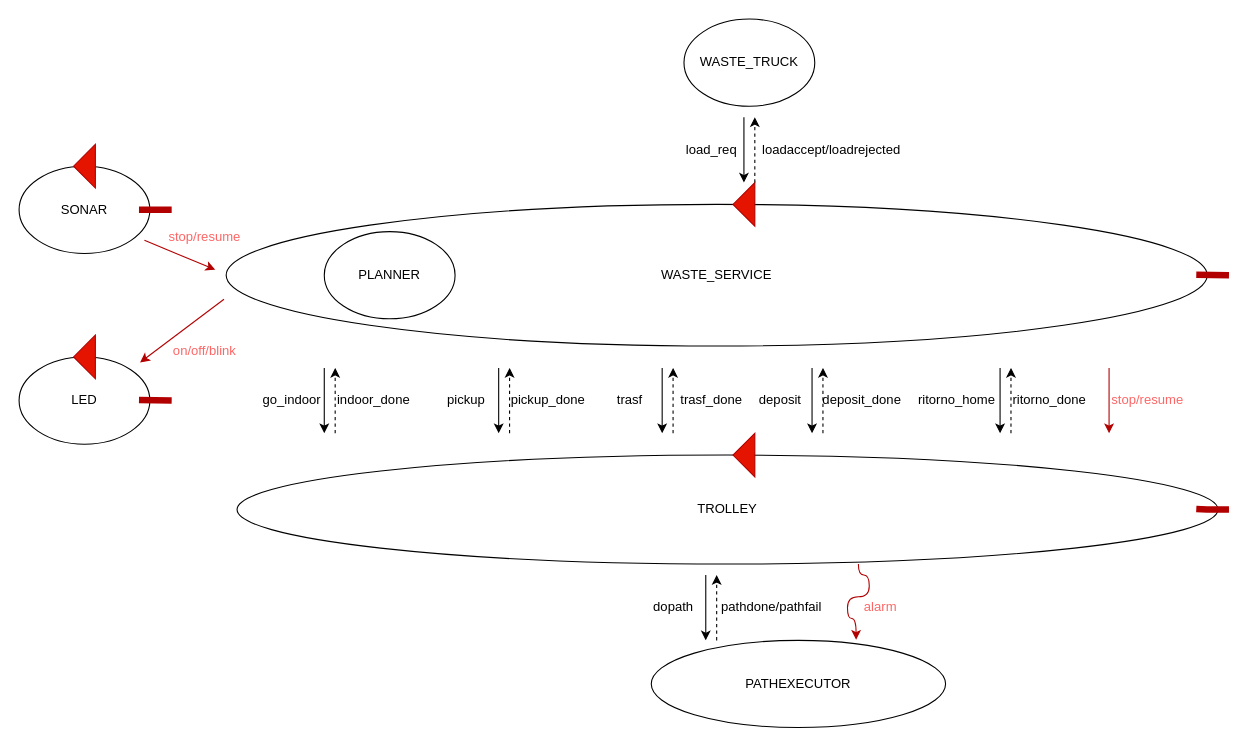
The draw.io diagram page "Page-1" (1 of 3) of sprint2/userDocs/img_Sprint2/diagramSprint2.drawio in studyMatesFIDAFA/WasteService, before the edit. Source tidied: cells renumbered, new cells numbered last; positions are measured from the earlier drawing's top-left corner, leaving out a move shared by most shapes. Both pictures are drawn from the tidied source at 109%, with x=0, y=0 at pixel (19, 19).
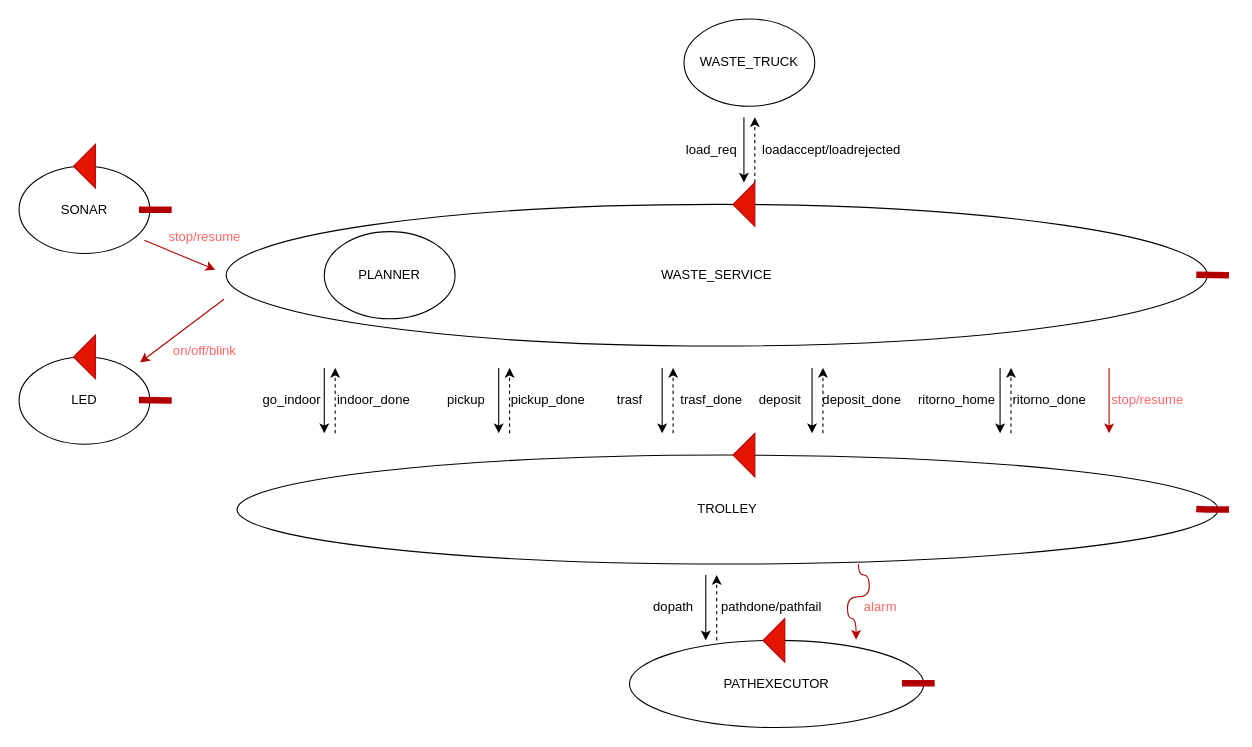
The same page after the edit.

What changed in the source:
```diff
@@
-    <mxCell id="35" value="&lt;font color=&quot;#000000&quot;&gt;PATHEXECUTOR&lt;/font&gt;" style="ellipse;whiteSpace=wrap;html=1;fontColor=#FF6666;" parent="1" vertex="1">
-      <mxGeometry x="580" y="570" width="270" height="80" as="geometry" />
-    </mxCell>
@@
-    <mxCell id="40" style="endArrow=classic;html=1;rounded=0;strokeWidth=1;fillColor=#e51400;strokeColor=#B20000;edgeStyle=orthogonalEdgeStyle;curved=1;entryX=0.696;entryY=-0.007;entryDx=0;entryDy=0;entryPerimeter=0;" parent="1" edge="1" target="35">
+    <mxCell id="40" style="endArrow=classic;html=1;rounded=0;strokeWidth=1;fillColor=#e51400;strokeColor=#B20000;edgeStyle=orthogonalEdgeStyle;curved=1;entryX=0.696;entryY=-0.007;entryDx=0;entryDy=0;entryPerimeter=0;" parent="1" edge="1">
       <mxGeometry relative="1" as="geometry">
         <mxPoint x="770" y="500" as="sourcePoint" />
+        <mxPoint x="767.9" y="569.4" as="targetPoint" />
         <Array as="points">
           <mxPoint x="770" y="510" />
           <mxPoint x="780" y="510" />
           <mxPoint x="780" y="530" />
           <mxPoint x="760" y="530" />
           <mxPoint x="760" y="550" />
           <mxPoint x="768" y="550" />
         </Array>
       </mxGeometry>
     </mxCell>
@@
+    <mxCell id="35" value="&lt;font color=&quot;#000000&quot;&gt;PATHEXECUTOR&lt;/font&gt;" style="ellipse;whiteSpace=wrap;html=1;fontColor=#FF6666;" parent="1" vertex="1">
+      <mxGeometry x="560" y="570" width="270" height="80" as="geometry" />
+    </mxCell>
+    <mxCell id="53" style="endArrow=none;html=1;rounded=0;fillColor=#e51400;strokeColor=#B20000;strokeWidth=6;" parent="1" edge="1">
+      <mxGeometry relative="1" as="geometry">
+        <mxPoint x="810" y="609.3" as="sourcePoint" />
+        <mxPoint x="840" y="609.3" as="targetPoint" />
+      </mxGeometry>
+    </mxCell>
+    <mxCell id="54" style="shape=mxgraph.arrows2.wedgeArrow;html=1;fillColor=#e51400;rounded=0;strokeColor=#B20000;" parent="1" edge="1">
+      <mxGeometry relative="1" as="geometry">
+        <mxPoint x="702.5" y="570" as="sourcePoint" />
+        <mxPoint x="682.5" y="570" as="targetPoint" />
+      </mxGeometry>
+    </mxCell>
```
